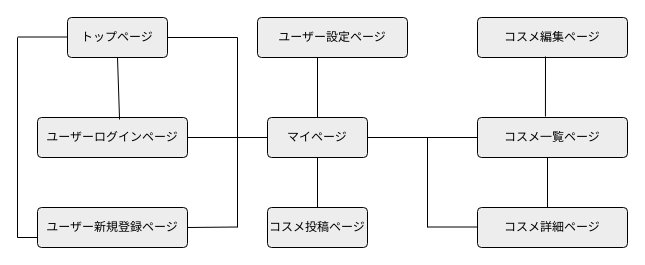
Before: td.dio in hachi0109/MyCosmeShelf, a draw.io diagram. Source tidied: cells renumbered, new cells numbered last; positions are measured from the earlier drawing's top-left corner, leaving out a move shared by most shapes. Both pictures are drawn from the tidied source at 100%, with x=0, y=0 at pixel (17, 17).
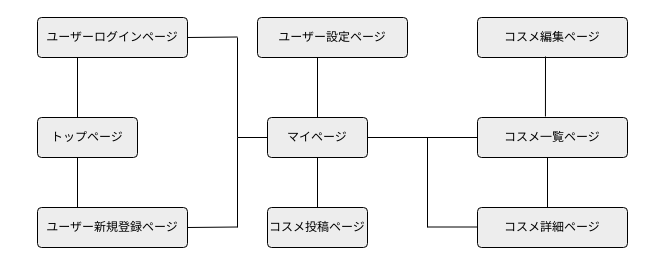
The same page after the edit.

Commit message (it also covers changes not shown here):
遷移図修正

Unchanged cells that the change refers to:
```xml
<mxCell id="4" value="ユーザー新規登録ページ" style="rounded=1;arcSize=10;whiteSpace=wrap;html=1;align=center;fillColor=#EDEDED;" parent="1" vertex="1">
  <mxGeometry x="20" y="190" width="150" height="40" as="geometry" />
</mxCell>
```

The edit, as a diff of the source:
```diff
@@
     <mxCell id="3" value="トップページ" style="rounded=1;arcSize=10;whiteSpace=wrap;html=1;align=center;fillColor=#EDEDED;" parent="1" vertex="1">
-      <mxGeometry x="50" width="100" height="40" as="geometry" />
+      <mxGeometry x="20" y="100" width="100" height="40" as="geometry" />
     </mxCell>
@@
     <mxCell id="5" value="ユーザーログインページ" style="rounded=1;arcSize=10;whiteSpace=wrap;html=1;align=center;fillColor=#EDEDED;" parent="1" vertex="1">
-      <mxGeometry x="20" y="100" width="150" height="40" as="geometry" />
+      <mxGeometry x="20" width="150" height="40" as="geometry" />
     </mxCell>
@@
-    <mxCell id="11" style="endArrow=none;html=1;rounded=0;entryX=0.547;entryY=0.05;entryDx=0;entryDy=0;entryPerimeter=0;exitX=0.5;exitY=1;exitDx=0;exitDy=0;" parent="1" edge="1" source="3" target="5">
-      <mxGeometry relative="1" as="geometry" />
-    </mxCell>
-    <mxCell id="12" style="endArrow=none;html=1;rounded=0;exitX=1;exitY=0.5;exitDx=0;exitDy=0;" parent="1" edge="1" source="3">
-      <mxGeometry relative="1" as="geometry">
-        <mxPoint x="220" y="20" as="targetPoint" />
-      </mxGeometry>
-    </mxCell>
     <mxCell id="13" style="endArrow=none;html=1;rounded=0;" parent="1" edge="1">
       <mxGeometry relative="1" as="geometry">
-        <mxPoint x="220" y="20" as="sourcePoint" />
+        <mxPoint x="220" y="120" as="sourcePoint" />
         <mxPoint x="220" y="210" as="targetPoint" />
       </mxGeometry>
     </mxCell>
-    <mxCell id="14" style="endArrow=none;html=1;rounded=0;exitX=1;exitY=0.5;exitDx=0;exitDy=0;" parent="1" edge="1" source="5">
-      <mxGeometry relative="1" as="geometry">
-        <mxPoint x="220" y="120" as="targetPoint" />
-      </mxGeometry>
-    </mxCell>
@@
-    <mxCell id="24" style="endArrow=none;html=1;rounded=0;" parent="1" edge="1">
-      <mxGeometry relative="1" as="geometry">
-        <mxPoint y="20" as="sourcePoint" />
-        <mxPoint y="220" as="targetPoint" />
-      </mxGeometry>
-    </mxCell>
-    <mxCell id="25" style="endArrow=none;html=1;rounded=0;exitX=1;exitY=0.5;exitDx=0;exitDy=0;entryX=0;entryY=0.75;entryDx=0;entryDy=0;" parent="1" edge="1">
-      <mxGeometry relative="1" as="geometry">
-        <mxPoint y="19.5" as="sourcePoint" />
-        <mxPoint x="50" y="19.5" as="targetPoint" />
-      </mxGeometry>
-    </mxCell>
-    <mxCell id="26" style="endArrow=none;html=1;rounded=0;exitX=1;exitY=0.5;exitDx=0;exitDy=0;entryX=0;entryY=0.75;entryDx=0;entryDy=0;" parent="1" edge="1" target="4">
-      <mxGeometry relative="1" as="geometry">
-        <mxPoint y="220" as="sourcePoint" />
-      </mxGeometry>
-    </mxCell>
+    <mxCell id="27" style="endArrow=none;html=1;rounded=0;" parent="1" edge="1">
+      <mxGeometry relative="1" as="geometry">
+        <mxPoint x="220" y="20" as="sourcePoint" />
+        <mxPoint x="220" y="120" as="targetPoint" />
+      </mxGeometry>
+    </mxCell>
+    <mxCell id="28" style="endArrow=none;html=1;rounded=0;exitX=1;exitY=0.5;exitDx=0;exitDy=0;" parent="1" edge="1">
+      <mxGeometry relative="1" as="geometry">
+        <mxPoint x="170" y="20" as="sourcePoint" />
+        <mxPoint x="220" y="19.5" as="targetPoint" />
+      </mxGeometry>
+    </mxCell>
+    <mxCell id="29" style="endArrow=none;html=1;rounded=0;entryX=0.453;entryY=-0.025;entryDx=0;entryDy=0;entryPerimeter=0;" parent="1" edge="1">
+      <mxGeometry relative="1" as="geometry">
+        <mxPoint x="60" y="40" as="sourcePoint" />
+        <mxPoint x="60" y="100" as="targetPoint" />
+      </mxGeometry>
+    </mxCell>
+    <mxCell id="30" style="endArrow=none;html=1;rounded=0;entryX=0.5;entryY=0;entryDx=0;entryDy=0;exitX=0.5;exitY=1;exitDx=0;exitDy=0;" parent="1" edge="1">
+      <mxGeometry relative="1" as="geometry">
+        <mxPoint x="60" y="140" as="sourcePoint" />
+        <mxPoint x="60" y="190" as="targetPoint" />
+      </mxGeometry>
+    </mxCell>
```
